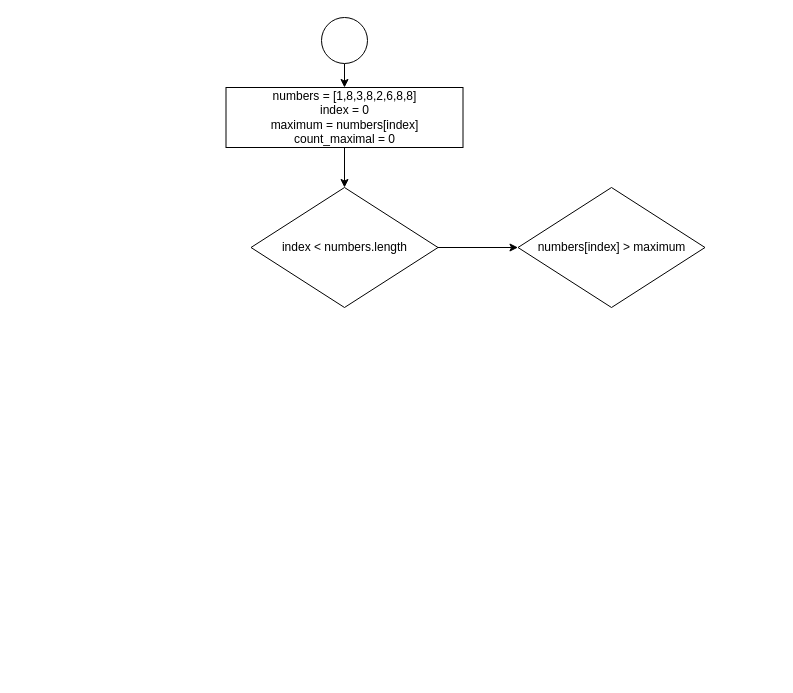
This is 1. Program Introduction/S2/task3.drawio from iRezograf/GeekBrains, a draw.io file, before an edit. Source tidied: cells renumbered, new cells numbered last; positions are measured from the earlier drawing's top-left corner, leaving out a move shared by most shapes. Both pictures are drawn from the tidied source at 100%, with x=0, y=0 at pixel (225, 17).
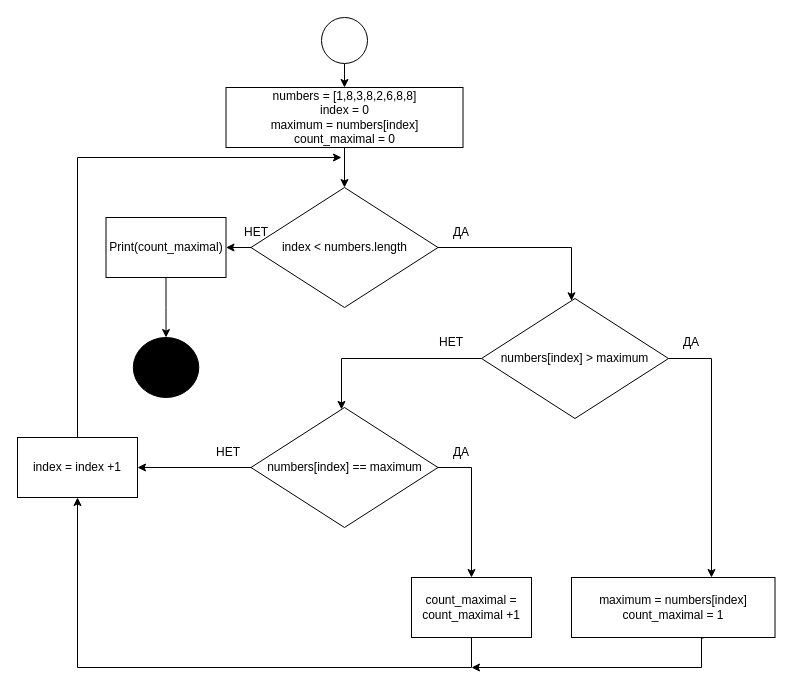
The same diagram, later.

The change refers to these unchanged cells:
```xml
<mxCell id="7" value="index &amp;lt; numbers.length" style="rhombus;whiteSpace=wrap;html=1;" parent="1" vertex="1">
  <mxGeometry x="25.5" y="170" width="187" height="120" as="geometry" />
</mxCell>
```

The edit, as a diff of the source:
```diff
@@
     <mxCell id="6" style="edgeStyle=orthogonalEdgeStyle;rounded=0;jettySize=auto;html=1;" parent="1" edge="1" source="7" target="8">
-      <mxGeometry relative="1" as="geometry" />
+      <mxGeometry relative="1" as="geometry">
+        <Array as="points">
+          <mxPoint x="346" y="230" />
+        </Array>
+      </mxGeometry>
     </mxCell>
+    <mxCell id="9" style="edgeStyle=orthogonalEdgeStyle;rounded=0;jettySize=auto;html=1;" parent="1" edge="1" source="7" target="25">
+      <mxGeometry relative="1" as="geometry" />
+    </mxCell>
@@
+    <mxCell id="10" style="edgeStyle=orthogonalEdgeStyle;rounded=0;jettySize=auto;html=1;" parent="1" edge="1" source="8" target="13">
+      <mxGeometry relative="1" as="geometry">
+        <Array as="points">
+          <mxPoint x="486" y="341" />
+        </Array>
+      </mxGeometry>
+    </mxCell>
+    <mxCell id="11" style="edgeStyle=orthogonalEdgeStyle;rounded=0;jettySize=auto;html=1;" parent="1" edge="1" source="8" target="16">
+      <mxGeometry relative="1" as="geometry">
+        <Array as="points">
+          <mxPoint x="116" y="341" />
+        </Array>
+      </mxGeometry>
+    </mxCell>
     <mxCell id="8" value="numbers[index] &amp;gt; maximum" style="rhombus;whiteSpace=wrap;html=1;" parent="1" vertex="1">
-      <mxGeometry x="292.5" y="170" width="187" height="120" as="geometry" />
+      <mxGeometry x="256" y="281" width="187" height="120" as="geometry" />
     </mxCell>
+    <mxCell id="12" style="edgeStyle=orthogonalEdgeStyle;rounded=0;jettySize=auto;html=1;exitX=0.649;exitY=1.008;exitDx=0;exitDy=0;exitPerimeter=0;" parent="1" edge="1" source="13">
+      <mxGeometry relative="1" as="geometry">
+        <mxPoint x="246" y="650" as="targetPoint" />
+        <Array as="points">
+          <mxPoint x="476" y="621" />
+          <mxPoint x="476" y="650" />
+        </Array>
+      </mxGeometry>
+    </mxCell>
+    <mxCell id="13" value="maximum = numbers[index]&lt;br&gt;count_maximal = 1" style="whiteSpace=wrap;html=1;" parent="1" vertex="1">
+      <mxGeometry x="346" y="560" width="203.5" height="60" as="geometry" />
+    </mxCell>
+    <mxCell id="14" style="edgeStyle=orthogonalEdgeStyle;rounded=0;jettySize=auto;html=1;exitX=1;exitY=0.5;exitDx=0;exitDy=0;" parent="1" edge="1" source="16" target="18">
+      <mxGeometry relative="1" as="geometry" />
+    </mxCell>
+    <mxCell id="15" style="edgeStyle=orthogonalEdgeStyle;rounded=0;jettySize=auto;html=1;" parent="1" edge="1" source="16" target="20">
+      <mxGeometry relative="1" as="geometry" />
+    </mxCell>
+    <mxCell id="16" value="numbers[index] == maximum" style="rhombus;whiteSpace=wrap;html=1;" parent="1" vertex="1">
+      <mxGeometry x="25.5" y="390" width="187" height="120" as="geometry" />
+    </mxCell>
+    <mxCell id="17" style="edgeStyle=orthogonalEdgeStyle;rounded=0;jettySize=auto;html=1;entryX=0.5;entryY=1;entryDx=0;entryDy=0;" parent="1" edge="1" source="18" target="20">
+      <mxGeometry relative="1" as="geometry">
+        <Array as="points">
+          <mxPoint x="246" y="650" />
+          <mxPoint x="-148" y="650" />
+        </Array>
+      </mxGeometry>
+    </mxCell>
+    <mxCell id="18" value="count_maximal = count_maximal +1" style="whiteSpace=wrap;html=1;" parent="1" vertex="1">
+      <mxGeometry x="186" y="560" width="120" height="60" as="geometry" />
+    </mxCell>
+    <mxCell id="19" style="edgeStyle=orthogonalEdgeStyle;rounded=0;jettySize=auto;html=1;" parent="1" edge="1" source="20">
+      <mxGeometry relative="1" as="geometry">
+        <mxPoint x="116" y="140" as="targetPoint" />
+        <Array as="points">
+          <mxPoint x="-148" y="140" />
+        </Array>
+      </mxGeometry>
+    </mxCell>
+    <mxCell id="20" value="index = index +1" style="whiteSpace=wrap;html=1;" parent="1" vertex="1">
+      <mxGeometry x="-208" y="420" width="120" height="60" as="geometry" />
+    </mxCell>
+    <mxCell id="21" value="ДА" style="text;html=1;strokeColor=none;fillColor=none;align=center;verticalAlign=middle;whiteSpace=wrap;rounded=0;" parent="1" vertex="1">
+      <mxGeometry x="206" y="200" width="60" height="30" as="geometry" />
+    </mxCell>
+    <mxCell id="22" value="ДА" style="text;html=1;strokeColor=none;fillColor=none;align=center;verticalAlign=middle;whiteSpace=wrap;rounded=0;" parent="1" vertex="1">
+      <mxGeometry x="436" y="310" width="60" height="30" as="geometry" />
+    </mxCell>
+    <mxCell id="23" value="ДА" style="text;html=1;strokeColor=none;fillColor=none;align=center;verticalAlign=middle;whiteSpace=wrap;rounded=0;" parent="1" vertex="1">
+      <mxGeometry x="206" y="420" width="60" height="30" as="geometry" />
+    </mxCell>
+    <mxCell id="24" style="edgeStyle=orthogonalEdgeStyle;rounded=0;jettySize=auto;html=1;" parent="1" edge="1" source="25" target="26">
+      <mxGeometry relative="1" as="geometry" />
+    </mxCell>
+    <mxCell id="25" value="Print(count_maximal)" style="whiteSpace=wrap;html=1;" parent="1" vertex="1">
+      <mxGeometry x="-119.5" y="200" width="120" height="60" as="geometry" />
+    </mxCell>
+    <mxCell id="26" style="ellipse;whiteSpace=wrap;html=1;fillColor=#000000;" parent="1" vertex="1">
+      <mxGeometry x="-92.2" y="320" width="65.5" height="60" as="geometry" />
+    </mxCell>
+    <mxCell id="27" value="НЕТ" style="text;html=1;strokeColor=none;fillColor=none;align=center;verticalAlign=middle;whiteSpace=wrap;rounded=0;" parent="1" vertex="1">
+      <mxGeometry x="0.5" y="200" width="60" height="30" as="geometry" />
+    </mxCell>
+    <mxCell id="28" value="НЕТ" style="text;html=1;strokeColor=none;fillColor=none;align=center;verticalAlign=middle;whiteSpace=wrap;rounded=0;" parent="1" vertex="1">
+      <mxGeometry x="-26.8" y="420" width="60" height="30" as="geometry" />
+    </mxCell>
+    <mxCell id="29" value="НЕТ" style="text;html=1;strokeColor=none;fillColor=none;align=center;verticalAlign=middle;whiteSpace=wrap;rounded=0;" parent="1" vertex="1">
+      <mxGeometry x="196" y="310" width="60" height="30" as="geometry" />
+    </mxCell>
```
